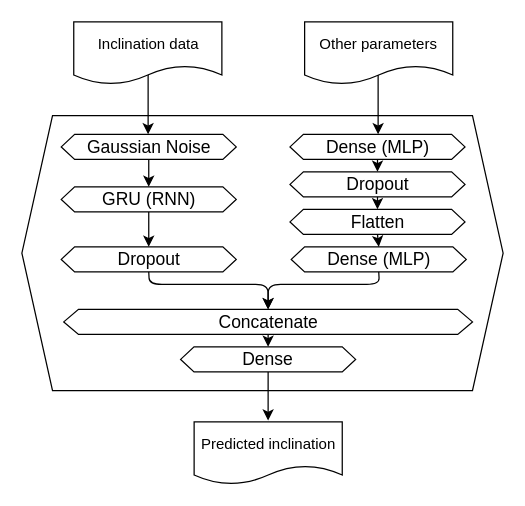
Above: just the model.drawio in AndrzejTunkiel/Training-while-drilling (draw.io), before the change. Source tidied: cells renumbered, new cells numbered last; positions are measured from the earlier drawing's top-left corner, leaving out a move shared by most shapes. Both pictures are drawn from the tidied source at 125%, with x=0, y=0 at pixel (21, 21).
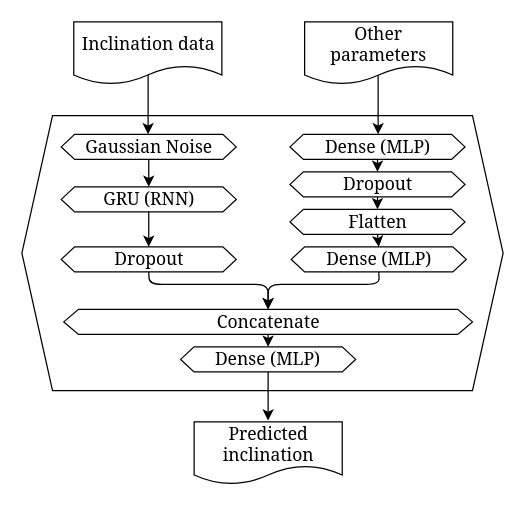
After the change.

The edit, as a diff of the source:
```diff
@@
-    <mxCell id="2" style="shape=hexagon;perimeter=hexagonPerimeter2;whiteSpace=wrap;html=1;strokeColor=#000000;fillColor=none;size=0.06369820655534947;" parent="1" vertex="1">
+    <mxCell id="2" style="shape=hexagon;perimeter=hexagonPerimeter2;whiteSpace=wrap;html=1;strokeColor=#000000;fillColor=none;size=0.06369820655534947;fontSize=14;fontFamily=Georgia;" parent="1" vertex="1">
       <mxGeometry y="75" width="385" height="220" as="geometry" />
     </mxCell>
-    <mxCell id="3" style="edgeStyle=none;rounded=1;jettySize=auto;html=1;exitX=0.5;exitY=1;exitDx=0;exitDy=0;entryX=0.5;entryY=0;entryDx=0;entryDy=0;startArrow=none;startFill=0;strokeColor=#000000;" parent="1" edge="1" source="4" target="8">
+    <mxCell id="3" style="edgeStyle=none;rounded=1;jettySize=auto;html=1;exitX=0.5;exitY=1;exitDx=0;exitDy=0;entryX=0.5;entryY=0;entryDx=0;entryDy=0;startArrow=none;startFill=0;strokeColor=#000000;fontSize=14;fontFamily=Georgia;" parent="1" edge="1" source="4" target="8">
       <mxGeometry relative="1" as="geometry" />
     </mxCell>
-    <mxCell id="4" value="&lt;font style=&quot;font-size: 14px&quot;&gt;GRU (RNN)&lt;/font&gt;" style="shape=hexagon;perimeter=hexagonPerimeter2;whiteSpace=wrap;html=1;strokeColor=#000000;fillColor=none;size=0.07658730158730147;" parent="1" vertex="1">
+    <mxCell id="4" value="&lt;font style=&quot;font-size: 14px&quot;&gt;GRU (RNN)&lt;/font&gt;" style="shape=hexagon;perimeter=hexagonPerimeter2;whiteSpace=wrap;html=1;strokeColor=#000000;fillColor=none;size=0.07658730158730147;fontSize=14;fontFamily=Georgia;" parent="1" vertex="1">
       <mxGeometry x="31.5" y="132" width="140" height="20" as="geometry" />
     </mxCell>
-    <mxCell id="5" style="edgeStyle=none;rounded=1;jettySize=auto;html=1;exitX=0.5;exitY=1;exitDx=0;exitDy=0;entryX=0.5;entryY=0;entryDx=0;entryDy=0;startArrow=none;startFill=0;strokeColor=#000000;" parent="1" edge="1" source="6" target="4">
+    <mxCell id="5" style="edgeStyle=none;rounded=1;jettySize=auto;html=1;exitX=0.5;exitY=1;exitDx=0;exitDy=0;entryX=0.5;entryY=0;entryDx=0;entryDy=0;startArrow=none;startFill=0;strokeColor=#000000;fontSize=14;fontFamily=Georgia;" parent="1" edge="1" source="6" target="4">
       <mxGeometry relative="1" as="geometry" />
     </mxCell>
-    <mxCell id="6" value="&lt;font style=&quot;font-size: 14px&quot;&gt;Gaussian Noise&lt;/font&gt;" style="shape=hexagon;perimeter=hexagonPerimeter2;whiteSpace=wrap;html=1;strokeColor=#000000;fillColor=none;size=0.07658730158730147;" parent="1" vertex="1">
+    <mxCell id="6" value="&lt;font style=&quot;font-size: 14px&quot;&gt;Gaussian Noise&lt;/font&gt;" style="shape=hexagon;perimeter=hexagonPerimeter2;whiteSpace=wrap;html=1;strokeColor=#000000;fillColor=none;size=0.07658730158730147;fontSize=14;fontFamily=Georgia;" parent="1" vertex="1">
       <mxGeometry x="31.5" y="90" width="140" height="20" as="geometry" />
     </mxCell>
-    <mxCell id="7" style="edgeStyle=none;rounded=1;jettySize=auto;html=1;exitX=0.5;exitY=1;exitDx=0;exitDy=0;entryX=0.5;entryY=0;entryDx=0;entryDy=0;startArrow=none;startFill=0;strokeColor=#000000;" parent="1" edge="1" source="8" target="18">
+    <mxCell id="7" style="edgeStyle=none;rounded=1;jettySize=auto;html=1;exitX=0.5;exitY=1;exitDx=0;exitDy=0;entryX=0.5;entryY=0;entryDx=0;entryDy=0;startArrow=none;startFill=0;strokeColor=#000000;fontSize=14;fontFamily=Georgia;" parent="1" edge="1" source="8" target="18">
       <mxGeometry relative="1" as="geometry">
         <Array as="points">
           <mxPoint x="102" y="210" />
           <mxPoint x="197" y="210" />
         </Array>
       </mxGeometry>
     </mxCell>
-    <mxCell id="8" value="&lt;font style=&quot;font-size: 14px&quot;&gt;Dropout&lt;/font&gt;" style="shape=hexagon;perimeter=hexagonPerimeter2;whiteSpace=wrap;html=1;strokeColor=#000000;fillColor=none;size=0.07658730158730147;" parent="1" vertex="1">
+    <mxCell id="8" value="&lt;font style=&quot;font-size: 14px&quot;&gt;Dropout&lt;/font&gt;" style="shape=hexagon;perimeter=hexagonPerimeter2;whiteSpace=wrap;html=1;strokeColor=#000000;fillColor=none;size=0.07658730158730147;fontSize=14;fontFamily=Georgia;" parent="1" vertex="1">
       <mxGeometry x="31.5" y="180" width="140" height="20" as="geometry" />
     </mxCell>
-    <mxCell id="9" style="edgeStyle=none;rounded=1;jettySize=auto;html=1;exitX=0.5;exitY=1;exitDx=0;exitDy=0;entryX=0.5;entryY=0;entryDx=0;entryDy=0;startArrow=none;startFill=0;strokeColor=#000000;" parent="1" edge="1" source="10" target="14">
+    <mxCell id="9" style="edgeStyle=none;rounded=1;jettySize=auto;html=1;exitX=0.5;exitY=1;exitDx=0;exitDy=0;entryX=0.5;entryY=0;entryDx=0;entryDy=0;startArrow=none;startFill=0;strokeColor=#000000;fontSize=14;fontFamily=Georgia;" parent="1" edge="1" source="10" target="14">
       <mxGeometry relative="1" as="geometry" />
     </mxCell>
-    <mxCell id="10" value="&lt;font style=&quot;font-size: 14px&quot;&gt;Dropout&lt;/font&gt;" style="shape=hexagon;perimeter=hexagonPerimeter2;whiteSpace=wrap;html=1;strokeColor=#000000;fillColor=none;size=0.07658730158730147;" parent="1" vertex="1">
+    <mxCell id="10" value="&lt;font style=&quot;font-size: 14px&quot;&gt;Dropout&lt;/font&gt;" style="shape=hexagon;perimeter=hexagonPerimeter2;whiteSpace=wrap;html=1;strokeColor=#000000;fillColor=none;size=0.07658730158730147;fontSize=14;fontFamily=Georgia;" parent="1" vertex="1">
       <mxGeometry x="214.5" y="120" width="140" height="20" as="geometry" />
     </mxCell>
-    <mxCell id="11" style="edgeStyle=none;rounded=1;jettySize=auto;html=1;exitX=0.5;exitY=1;exitDx=0;exitDy=0;entryX=0.5;entryY=0;entryDx=0;entryDy=0;startArrow=none;startFill=0;strokeColor=#000000;" parent="1" edge="1" source="12" target="10">
+    <mxCell id="11" style="edgeStyle=none;rounded=1;jettySize=auto;html=1;exitX=0.5;exitY=1;exitDx=0;exitDy=0;entryX=0.5;entryY=0;entryDx=0;entryDy=0;startArrow=none;startFill=0;strokeColor=#000000;fontSize=14;fontFamily=Georgia;" parent="1" edge="1" source="12" target="10">
       <mxGeometry relative="1" as="geometry" />
     </mxCell>
-    <mxCell id="12" value="&lt;font style=&quot;font-size: 14px&quot;&gt;Dense (MLP)&lt;br&gt;&lt;/font&gt;" style="shape=hexagon;perimeter=hexagonPerimeter2;whiteSpace=wrap;html=1;strokeColor=#000000;fillColor=none;size=0.07658730158730147;" parent="1" vertex="1">
+    <mxCell id="12" value="&lt;font style=&quot;font-size: 14px&quot;&gt;Dense (MLP)&lt;br style=&quot;font-size: 14px;&quot;&gt;&lt;/font&gt;" style="shape=hexagon;perimeter=hexagonPerimeter2;whiteSpace=wrap;html=1;strokeColor=#000000;fillColor=none;size=0.07658730158730147;fontSize=14;fontFamily=Georgia;" parent="1" vertex="1">
       <mxGeometry x="214.5" y="90" width="140" height="20" as="geometry" />
     </mxCell>
-    <mxCell id="13" style="edgeStyle=none;rounded=1;jettySize=auto;html=1;exitX=0.5;exitY=1;exitDx=0;exitDy=0;entryX=0.5;entryY=0;entryDx=0;entryDy=0;startArrow=none;startFill=0;strokeColor=#000000;" parent="1" edge="1" source="14" target="16">
+    <mxCell id="13" style="edgeStyle=none;rounded=1;jettySize=auto;html=1;exitX=0.5;exitY=1;exitDx=0;exitDy=0;entryX=0.5;entryY=0;entryDx=0;entryDy=0;startArrow=none;startFill=0;strokeColor=#000000;fontSize=14;fontFamily=Georgia;" parent="1" edge="1" source="14" target="16">
       <mxGeometry relative="1" as="geometry" />
     </mxCell>
-    <mxCell id="14" value="&lt;font style=&quot;font-size: 14px&quot;&gt;Flatten&lt;/font&gt;" style="shape=hexagon;perimeter=hexagonPerimeter2;whiteSpace=wrap;html=1;strokeColor=#000000;fillColor=none;size=0.07658730158730147;" parent="1" vertex="1">
+    <mxCell id="14" value="&lt;font style=&quot;font-size: 14px&quot;&gt;Flatten&lt;/font&gt;" style="shape=hexagon;perimeter=hexagonPerimeter2;whiteSpace=wrap;html=1;strokeColor=#000000;fillColor=none;size=0.07658730158730147;fontSize=14;fontFamily=Georgia;" parent="1" vertex="1">
       <mxGeometry x="214.5" y="150" width="140" height="20" as="geometry" />
     </mxCell>
-    <mxCell id="15" style="edgeStyle=none;rounded=1;jettySize=auto;html=1;exitX=0.5;exitY=1;exitDx=0;exitDy=0;entryX=0.5;entryY=0;entryDx=0;entryDy=0;startArrow=none;startFill=0;strokeColor=#000000;" parent="1" edge="1" source="16" target="18">
+    <mxCell id="15" style="edgeStyle=none;rounded=1;jettySize=auto;html=1;exitX=0.5;exitY=1;exitDx=0;exitDy=0;entryX=0.5;entryY=0;entryDx=0;entryDy=0;startArrow=none;startFill=0;strokeColor=#000000;fontSize=14;fontFamily=Georgia;" parent="1" edge="1" source="16" target="18">
       <mxGeometry relative="1" as="geometry">
         <Array as="points">
           <mxPoint x="286" y="210" />
           <mxPoint x="197" y="210" />
         </Array>
       </mxGeometry>
     </mxCell>
-    <mxCell id="16" value="&lt;font style=&quot;font-size: 14px&quot;&gt;Dense (MLP)&lt;br&gt;&lt;/font&gt;" style="shape=hexagon;perimeter=hexagonPerimeter2;whiteSpace=wrap;html=1;strokeColor=#000000;fillColor=none;size=0.07658730158730147;" parent="1" vertex="1">
+    <mxCell id="16" value="&lt;font style=&quot;font-size: 14px&quot;&gt;Dense (MLP)&lt;br style=&quot;font-size: 14px;&quot;&gt;&lt;/font&gt;" style="shape=hexagon;perimeter=hexagonPerimeter2;whiteSpace=wrap;html=1;strokeColor=#000000;fillColor=none;size=0.07658730158730147;fontSize=14;fontFamily=Georgia;" parent="1" vertex="1">
       <mxGeometry x="215.5" y="180" width="140" height="20" as="geometry" />
     </mxCell>
-    <mxCell id="17" style="edgeStyle=none;rounded=1;jettySize=auto;html=1;entryX=0.5;entryY=0;entryDx=0;entryDy=0;startArrow=none;startFill=0;strokeColor=#000000;" parent="1" edge="1" source="18" target="20">
+    <mxCell id="17" style="edgeStyle=none;rounded=1;jettySize=auto;html=1;entryX=0.5;entryY=0;entryDx=0;entryDy=0;startArrow=none;startFill=0;strokeColor=#000000;fontSize=14;fontFamily=Georgia;" parent="1" edge="1" source="18" target="20">
       <mxGeometry relative="1" as="geometry" />
     </mxCell>
-    <mxCell id="18" value="&lt;font style=&quot;font-size: 14px&quot;&gt;Concatenate&lt;/font&gt;" style="shape=hexagon;perimeter=hexagonPerimeter2;whiteSpace=wrap;html=1;strokeColor=#000000;fillColor=none;size=0.036085626911314936;" parent="1" vertex="1">
+    <mxCell id="18" value="&lt;font style=&quot;font-size: 14px&quot;&gt;Concatenate&lt;/font&gt;" style="shape=hexagon;perimeter=hexagonPerimeter2;whiteSpace=wrap;html=1;strokeColor=#000000;fillColor=none;size=0.036085626911314936;fontSize=14;fontFamily=Georgia;" parent="1" vertex="1">
       <mxGeometry x="33.5" y="230" width="327" height="20" as="geometry" />
     </mxCell>
-    <mxCell id="19" style="edgeStyle=none;rounded=1;jettySize=auto;html=1;exitX=0.5;exitY=1;exitDx=0;exitDy=0;startArrow=none;startFill=0;" parent="1" edge="1" source="20">
+    <mxCell id="19" style="edgeStyle=none;rounded=1;jettySize=auto;html=1;exitX=0.5;exitY=1;exitDx=0;exitDy=0;startArrow=none;startFill=0;fontSize=14;fontFamily=Georgia;" parent="1" edge="1" source="20">
       <mxGeometry relative="1" as="geometry">
         <mxPoint x="197" y="319" as="targetPoint" />
       </mxGeometry>
     </mxCell>
-    <mxCell id="20" value="&lt;font style=&quot;font-size: 14px&quot;&gt;Dense&lt;/font&gt;" style="shape=hexagon;perimeter=hexagonPerimeter2;whiteSpace=wrap;html=1;strokeColor=#000000;fillColor=none;size=0.07658730158730147;" parent="1" vertex="1">
+    <mxCell id="20" value="&lt;font style=&quot;font-size: 14px&quot;&gt;Dense&lt;/font&gt; (MLP)" style="shape=hexagon;perimeter=hexagonPerimeter2;whiteSpace=wrap;html=1;strokeColor=#000000;fillColor=none;size=0.07658730158730147;fontSize=14;fontFamily=Georgia;" parent="1" vertex="1">
       <mxGeometry x="127" y="260" width="140" height="20" as="geometry" />
     </mxCell>
-    <mxCell id="21" style="endArrow=classic;html=1;" parent="1" edge="1">
+    <mxCell id="21" style="endArrow=classic;html=1;fontSize=14;fontFamily=Georgia;" parent="1" edge="1">
       <mxGeometry relative="1" as="geometry">
         <mxPoint x="101" y="30" as="sourcePoint" />
         <mxPoint x="101" y="90" as="targetPoint" />
       </mxGeometry>
     </mxCell>
-    <mxCell id="22" style="endArrow=classic;html=1;" parent="1" edge="1">
+    <mxCell id="22" style="endArrow=classic;html=1;fontSize=14;fontFamily=Georgia;" parent="1" edge="1">
       <mxGeometry relative="1" as="geometry">
         <mxPoint x="285" y="30" as="sourcePoint" />
         <mxPoint x="285" y="90" as="targetPoint" />
       </mxGeometry>
     </mxCell>
-    <mxCell id="23" value="Inclination data" style="shape=document;whiteSpace=wrap;html=1;boundedLbl=1;" parent="1" vertex="1">
+    <mxCell id="23" value="Inclination data" style="shape=document;whiteSpace=wrap;html=1;boundedLbl=1;fontSize=14;fontFamily=Georgia;" parent="1" vertex="1">
       <mxGeometry x="41.5" width="118.5" height="50" as="geometry" />
     </mxCell>
-    <mxCell id="24" value="Other parameters" style="shape=document;whiteSpace=wrap;html=1;boundedLbl=1;" parent="1" vertex="1">
+    <mxCell id="24" value="Other parameters" style="shape=document;whiteSpace=wrap;html=1;boundedLbl=1;fontSize=14;fontFamily=Georgia;" parent="1" vertex="1">
       <mxGeometry x="226.2" width="118.5" height="50" as="geometry" />
     </mxCell>
-    <mxCell id="25" value="Predicted inclination" style="shape=document;whiteSpace=wrap;html=1;boundedLbl=1;" parent="1" vertex="1">
+    <mxCell id="25" value="Predicted inclination" style="shape=document;whiteSpace=wrap;html=1;boundedLbl=1;fontSize=14;fontFamily=Georgia;" parent="1" vertex="1">
       <mxGeometry x="137.8" y="320" width="118.5" height="50" as="geometry" />
     </mxCell>
```
